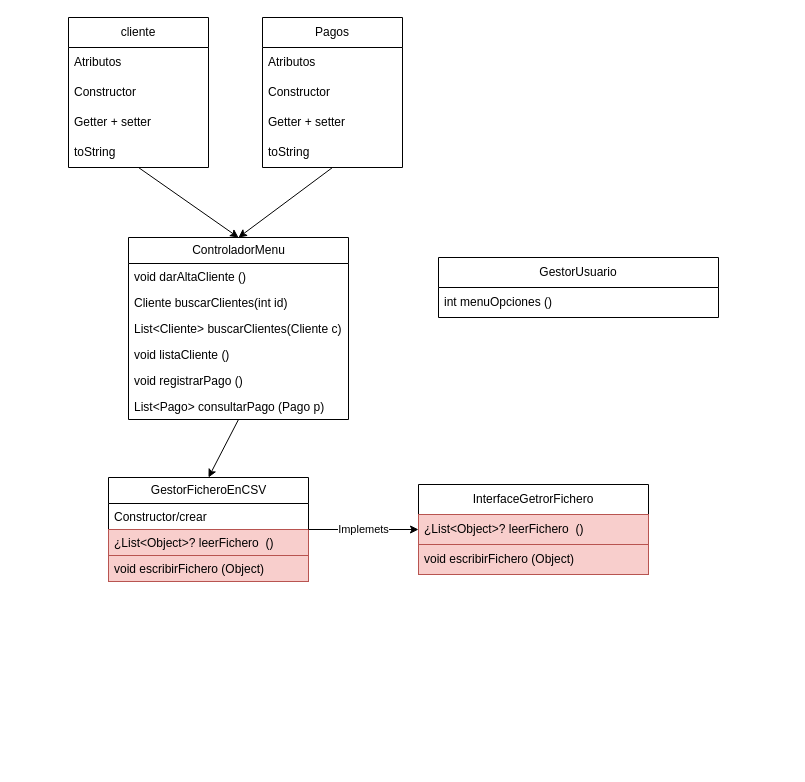
Earlier version of the draw.io diagram DiagramaClaseV2.drawio (Isienov08/AD). Source tidied: cells renumbered, new cells numbered last; positions are measured from the earlier drawing's top-left corner, leaving out a move shared by most shapes. Both pictures are drawn from the tidied source at 100%, with x=0, y=0 at pixel (68, 17).
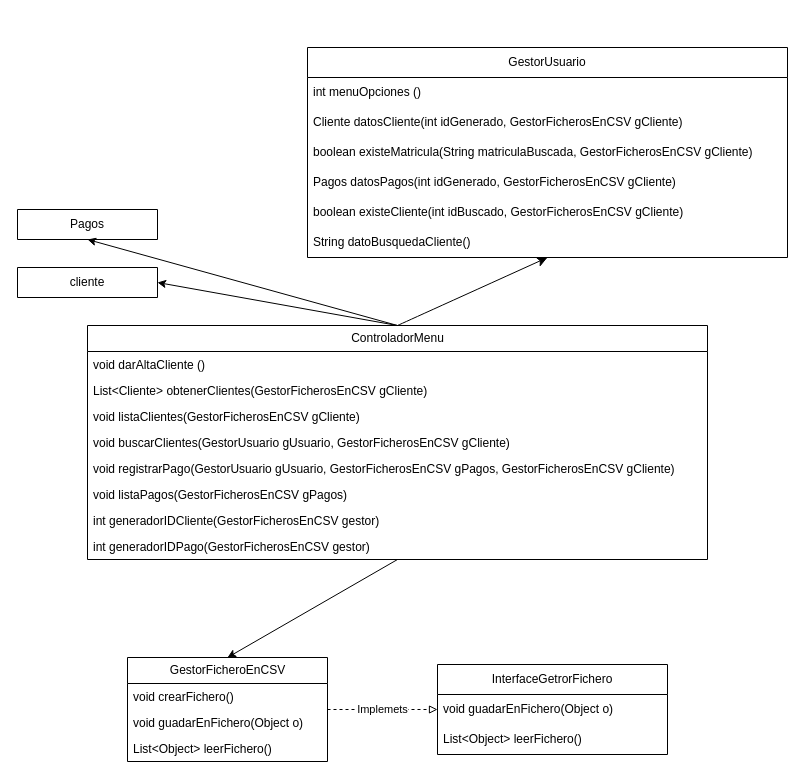
Above is the later version.

Commit message (it also covers changes not shown here):
Añadida la practica de la gasolinera V7 y diagrama V4

The edit, as a diff of the source:
```diff
@@
     <mxCell id="2" value="cliente" style="swimlane;fontStyle=0;horizontal=1;startSize=30;whiteSpace=wrap;html=1;" parent="1" vertex="1">
-      <mxGeometry width="140" height="150" as="geometry" />
+      <mxGeometry x="-51" y="250" width="140" height="30" as="geometry" />
     </mxCell>
-    <mxCell id="3" value="Atributos" style="text;strokeColor=none;fillColor=none;align=left;verticalAlign=middle;spacingLeft=4;spacingRight=4;overflow=hidden;whiteSpace=wrap;html=1;" parent="2" vertex="1">
-      <mxGeometry y="30" width="140" height="30" as="geometry" />
-    </mxCell>
-    <mxCell id="4" value="Constructor" style="text;strokeColor=none;fillColor=none;align=left;verticalAlign=middle;spacingLeft=4;spacingRight=4;overflow=hidden;whiteSpace=wrap;html=1;" parent="2" vertex="1">
-      <mxGeometry y="60" width="140" height="30" as="geometry" />
-    </mxCell>
-    <mxCell id="5" value="Getter + setter" style="text;strokeColor=none;fillColor=none;align=left;verticalAlign=middle;spacingLeft=4;spacingRight=4;overflow=hidden;whiteSpace=wrap;html=1;" parent="2" vertex="1">
-      <mxGeometry y="90" width="140" height="30" as="geometry" />
-    </mxCell>
-    <mxCell id="6" value="toString" style="text;strokeColor=none;fillColor=none;align=left;verticalAlign=middle;spacingLeft=4;spacingRight=4;overflow=hidden;whiteSpace=wrap;html=1;" parent="2" vertex="1">
-      <mxGeometry y="120" width="140" height="30" as="geometry" />
-    </mxCell>
     <mxCell id="7" value="Pagos" style="swimlane;fontStyle=0;horizontal=1;startSize=30;whiteSpace=wrap;html=1;" parent="1" vertex="1">
-      <mxGeometry x="194" width="140" height="150" as="geometry" />
+      <mxGeometry x="-51" y="192" width="140" height="30" as="geometry" />
     </mxCell>
-    <mxCell id="8" value="Atributos" style="text;strokeColor=none;fillColor=none;align=left;verticalAlign=middle;spacingLeft=4;spacingRight=4;overflow=hidden;whiteSpace=wrap;html=1;" parent="7" vertex="1">
-      <mxGeometry y="30" width="140" height="30" as="geometry" />
-    </mxCell>
-    <mxCell id="9" value="Constructor" style="text;strokeColor=none;fillColor=none;align=left;verticalAlign=middle;spacingLeft=4;spacingRight=4;overflow=hidden;whiteSpace=wrap;html=1;" parent="7" vertex="1">
-      <mxGeometry y="60" width="140" height="30" as="geometry" />
-    </mxCell>
-    <mxCell id="10" value="Getter + setter" style="text;strokeColor=none;fillColor=none;align=left;verticalAlign=middle;spacingLeft=4;spacingRight=4;overflow=hidden;whiteSpace=wrap;html=1;" parent="7" vertex="1">
-      <mxGeometry y="90" width="140" height="30" as="geometry" />
-    </mxCell>
-    <mxCell id="11" value="toString" style="text;strokeColor=none;fillColor=none;align=left;verticalAlign=middle;spacingLeft=4;spacingRight=4;overflow=hidden;whiteSpace=wrap;html=1;" parent="7" vertex="1">
-      <mxGeometry y="120" width="140" height="30" as="geometry" />
-    </mxCell>
     <mxCell id="12" value="GestorFicheroEnCSV" style="swimlane;fontStyle=0;horizontal=1;startSize=26;fillColor=none;html=1;" parent="1" vertex="1">
-      <mxGeometry x="40" y="460" width="200" height="104" as="geometry" />
+      <mxGeometry x="59" y="640" width="200" height="104" as="geometry" />
     </mxCell>
-    <mxCell id="13" value="Constructor/crear" style="text;strokeColor=none;fillColor=none;align=left;verticalAlign=top;spacingLeft=4;spacingRight=4;overflow=hidden;whiteSpace=wrap;html=1;" parent="12" vertex="1">
-      <mxGeometry y="26" width="200" height="26" as="geometry" />
-    </mxCell>
-    <mxCell id="14" value="¿List&amp;lt;Object&amp;gt;? leerFichero&amp;nbsp; ()" style="text;strokeColor=#b85450;fillColor=#f8cecc;align=left;verticalAlign=top;spacingLeft=4;spacingRight=4;overflow=hidden;whiteSpace=wrap;html=1;" parent="12" vertex="1">
-      <mxGeometry y="52" width="200" height="26" as="geometry" />
-    </mxCell>
-    <mxCell id="15" value="void escribirFichero (Object)" style="text;strokeColor=#b85450;fillColor=#f8cecc;align=left;verticalAlign=top;spacingLeft=4;spacingRight=4;overflow=hidden;whiteSpace=wrap;html=1;" parent="12" vertex="1">
-      <mxGeometry y="78" width="200" height="26" as="geometry" />
-    </mxCell>
+    <mxCell id="34" value="void crearFichero()" style="text;strokeColor=none;fillColor=none;align=left;verticalAlign=top;spacingLeft=4;spacingRight=4;overflow=hidden;whiteSpace=wrap;html=1;" parent="12" vertex="1">
+      <mxGeometry y="26" width="200" height="26" as="geometry" />
+    </mxCell>
+    <mxCell id="35" value="void guadarEnFichero(Object o)" style="text;align=left;verticalAlign=top;spacingLeft=4;spacingRight=4;overflow=hidden;whiteSpace=wrap;html=1;" parent="12" vertex="1">
+      <mxGeometry y="52" width="200" height="26" as="geometry" />
+    </mxCell>
+    <mxCell id="36" value="List&amp;lt;Object&amp;gt; leerFichero()" style="text;align=left;verticalAlign=top;spacingLeft=4;spacingRight=4;overflow=hidden;whiteSpace=wrap;html=1;" parent="12" vertex="1">
+      <mxGeometry y="78" width="200" height="26" as="geometry" />
+    </mxCell>
+    <mxCell id="37" style="edgeStyle=none;curved=1;rounded=0;jettySize=auto;html=1;fontSize=12;startSize=8;endSize=8;entryX=0.5;entryY=1;entryDx=0;entryDy=0;exitX=0.5;exitY=0;exitDx=0;exitDy=0;" parent="1" edge="1" source="16" target="26">
+      <mxGeometry relative="1" as="geometry" />
+    </mxCell>
     <mxCell id="16" value="ControladorMenu" style="swimlane;fontStyle=0;horizontal=1;startSize=26;fillColor=none;html=1;" parent="1" vertex="1">
-      <mxGeometry x="60" y="220" width="220" height="182" as="geometry" />
+      <mxGeometry x="19" y="308" width="620" height="234" as="geometry" />
     </mxCell>
     <mxCell id="17" value="void darAltaCliente ()" style="text;strokeColor=none;fillColor=none;align=left;verticalAlign=top;spacingLeft=4;spacingRight=4;overflow=hidden;whiteSpace=wrap;html=1;" parent="16" vertex="1">
-      <mxGeometry y="26" width="220" height="26" as="geometry" />
+      <mxGeometry y="26" width="620" height="26" as="geometry" />
     </mxCell>
-    <mxCell id="18" value="Cliente buscarClientes(int id)" style="text;strokeColor=none;fillColor=none;align=left;verticalAlign=top;spacingLeft=4;spacingRight=4;overflow=hidden;whiteSpace=wrap;html=1;" parent="16" vertex="1">
-      <mxGeometry y="52" width="220" height="26" as="geometry" />
-    </mxCell>
-    <mxCell id="19" value="List&amp;lt;Cliente&amp;gt; buscarClientes(Cliente c)" style="text;strokeColor=none;fillColor=none;align=left;verticalAlign=top;spacingLeft=4;spacingRight=4;overflow=hidden;whiteSpace=wrap;html=1;" parent="16" vertex="1">
-      <mxGeometry y="78" width="220" height="26" as="geometry" />
-    </mxCell>
-    <mxCell id="20" value="void listaCliente ()" style="text;strokeColor=none;fillColor=none;align=left;verticalAlign=top;spacingLeft=4;spacingRight=4;overflow=hidden;whiteSpace=wrap;html=1;" parent="16" vertex="1">
-      <mxGeometry y="104" width="220" height="26" as="geometry" />
-    </mxCell>
-    <mxCell id="21" value="void registrarPago ()&lt;div&gt;&lt;br&gt;&lt;/div&gt;" style="text;strokeColor=none;fillColor=none;align=left;verticalAlign=top;spacingLeft=4;spacingRight=4;overflow=hidden;whiteSpace=wrap;html=1;" parent="16" vertex="1">
-      <mxGeometry y="130" width="220" height="26" as="geometry" />
-    </mxCell>
-    <mxCell id="22" value="List&amp;lt;Pago&amp;gt; consultarPago (Pago p)" style="text;strokeColor=none;fillColor=none;align=left;verticalAlign=top;spacingLeft=4;spacingRight=4;overflow=hidden;whiteSpace=wrap;html=1;" parent="16" vertex="1">
-      <mxGeometry y="156" width="220" height="26" as="geometry" />
-    </mxCell>
-    <mxCell id="23" style="endArrow=classic;html=1;rounded=0;exitX=0.5;exitY=1;exitDx=0;exitDy=0;entryX=0.5;entryY=0;entryDx=0;entryDy=0;" parent="1" edge="1" source="7" target="16">
-      <mxGeometry relative="1" as="geometry" />
-    </mxCell>
-    <mxCell id="24" style="endArrow=classic;html=1;rounded=0;exitX=0.5;exitY=1;exitDx=0;exitDy=0;entryX=0.5;entryY=0;entryDx=0;entryDy=0;" parent="1" edge="1" source="2" target="16">
-      <mxGeometry relative="1" as="geometry" />
-    </mxCell>
+    <mxCell id="38" value="List&amp;lt;Cliente&amp;gt; obtenerClientes(GestorFicherosEnCSV gCliente)" style="text;strokeColor=none;fillColor=none;align=left;verticalAlign=top;spacingLeft=4;spacingRight=4;overflow=hidden;whiteSpace=wrap;html=1;" parent="16" vertex="1">
+      <mxGeometry y="52" width="620" height="26" as="geometry" />
+    </mxCell>
+    <mxCell id="39" value="void listaClientes(GestorFicherosEnCSV gCliente)" style="text;strokeColor=none;fillColor=none;align=left;verticalAlign=top;spacingLeft=4;spacingRight=4;overflow=hidden;whiteSpace=wrap;html=1;" parent="16" vertex="1">
+      <mxGeometry y="78" width="620" height="26" as="geometry" />
+    </mxCell>
+    <mxCell id="40" value="void buscarClientes(GestorUsuario gUsuario, GestorFicherosEnCSV gCliente)" style="text;strokeColor=none;fillColor=none;align=left;verticalAlign=top;spacingLeft=4;spacingRight=4;overflow=hidden;whiteSpace=wrap;html=1;" parent="16" vertex="1">
+      <mxGeometry y="104" width="620" height="26" as="geometry" />
+    </mxCell>
+    <mxCell id="41" value="&lt;div&gt;void registrarPago(GestorUsuario gUsuario, GestorFicherosEnCSV gPagos, GestorFicherosEnCSV gCliente)&lt;/div&gt;" style="text;strokeColor=none;fillColor=none;align=left;verticalAlign=top;spacingLeft=4;spacingRight=4;overflow=hidden;whiteSpace=wrap;html=1;" parent="16" vertex="1">
+      <mxGeometry y="130" width="620" height="26" as="geometry" />
+    </mxCell>
+    <mxCell id="42" value="void listaPagos(GestorFicherosEnCSV gPagos)" style="text;strokeColor=none;fillColor=none;align=left;verticalAlign=top;spacingLeft=4;spacingRight=4;overflow=hidden;whiteSpace=wrap;html=1;" parent="16" vertex="1">
+      <mxGeometry y="156" width="620" height="26" as="geometry" />
+    </mxCell>
+    <mxCell id="43" value="int generadorIDCliente(GestorFicherosEnCSV gestor)" style="text;strokeColor=none;fillColor=none;align=left;verticalAlign=top;spacingLeft=4;spacingRight=4;overflow=hidden;whiteSpace=wrap;html=1;" parent="16" vertex="1">
+      <mxGeometry y="182" width="620" height="26" as="geometry" />
+    </mxCell>
+    <mxCell id="44" value="int generadorIDPago(GestorFicherosEnCSV gestor)" style="text;strokeColor=none;fillColor=none;align=left;verticalAlign=top;spacingLeft=4;spacingRight=4;overflow=hidden;whiteSpace=wrap;html=1;" parent="16" vertex="1">
+      <mxGeometry y="208" width="620" height="26" as="geometry" />
+    </mxCell>
+    <mxCell id="45" style="endArrow=classic;html=1;rounded=0;exitX=0.5;exitY=0;exitDx=0;exitDy=0;entryX=0.5;entryY=1;entryDx=0;entryDy=0;" parent="1" edge="1" source="16" target="7">
+      <mxGeometry relative="1" as="geometry" />
+    </mxCell>
+    <mxCell id="46" style="endArrow=classic;html=1;rounded=0;entryX=1;entryY=0.5;entryDx=0;entryDy=0;exitX=0.5;exitY=0;exitDx=0;exitDy=0;" parent="1" edge="1" source="16" target="2">
+      <mxGeometry relative="1" as="geometry" />
+    </mxCell>
@@
     <mxCell id="26" value="GestorUsuario" style="swimlane;fontStyle=0;horizontal=1;startSize=30;whiteSpace=wrap;html=1;" parent="1" vertex="1">
-      <mxGeometry x="370" y="240" width="280" height="60" as="geometry" />
+      <mxGeometry x="239" y="30" width="480" height="210" as="geometry" />
     </mxCell>
     <mxCell id="27" value="int menuOpciones ()" style="text;strokeColor=none;fillColor=none;align=left;verticalAlign=middle;spacingLeft=4;spacingRight=4;overflow=hidden;whiteSpace=wrap;html=1;" parent="26" vertex="1">
-      <mxGeometry y="30" width="280" height="30" as="geometry" />
+      <mxGeometry y="30" width="480" height="30" as="geometry" />
     </mxCell>
+    <mxCell id="47" value="Cliente datosCliente(int idGenerado, GestorFicherosEnCSV gCliente)" style="text;strokeColor=none;fillColor=none;align=left;verticalAlign=middle;spacingLeft=4;spacingRight=4;overflow=hidden;whiteSpace=wrap;html=1;" parent="26" vertex="1">
+      <mxGeometry y="60" width="480" height="30" as="geometry" />
+    </mxCell>
+    <mxCell id="48" value="boolean existeMatricula(String matriculaBuscada, GestorFicherosEnCSV gCliente)" style="text;strokeColor=none;fillColor=none;align=left;verticalAlign=middle;spacingLeft=4;spacingRight=4;overflow=hidden;whiteSpace=wrap;html=1;" parent="26" vertex="1">
+      <mxGeometry y="90" width="480" height="30" as="geometry" />
+    </mxCell>
+    <mxCell id="49" value="Pagos datosPagos(int idGenerado, GestorFicherosEnCSV gCliente)" style="text;strokeColor=none;fillColor=none;align=left;verticalAlign=middle;spacingLeft=4;spacingRight=4;overflow=hidden;whiteSpace=wrap;html=1;" parent="26" vertex="1">
+      <mxGeometry y="120" width="480" height="30" as="geometry" />
+    </mxCell>
+    <mxCell id="50" value="boolean existeCliente(int idBuscado, GestorFicherosEnCSV gCliente)" style="text;strokeColor=none;fillColor=none;align=left;verticalAlign=middle;spacingLeft=4;spacingRight=4;overflow=hidden;whiteSpace=wrap;html=1;" parent="26" vertex="1">
+      <mxGeometry y="150" width="480" height="30" as="geometry" />
+    </mxCell>
+    <mxCell id="51" value="String datoBusquedaCliente()" style="text;strokeColor=none;fillColor=none;align=left;verticalAlign=middle;spacingLeft=4;spacingRight=4;overflow=hidden;whiteSpace=wrap;html=1;" parent="26" vertex="1">
+      <mxGeometry y="180" width="480" height="30" as="geometry" />
+    </mxCell>
     <mxCell id="28" value="InterfaceGetrorFichero" style="swimlane;fontStyle=0;horizontal=1;startSize=30;whiteSpace=wrap;html=1;" parent="1" vertex="1">
-      <mxGeometry x="350" y="467" width="230" height="90" as="geometry" />
+      <mxGeometry x="369" y="647" width="230" height="90" as="geometry" />
     </mxCell>
-    <mxCell id="29" value="¿List&amp;lt;Object&amp;gt;? leerFichero&amp;nbsp; ()" style="text;strokeColor=#b85450;fillColor=#f8cecc;align=left;verticalAlign=middle;spacingLeft=4;spacingRight=4;overflow=hidden;whiteSpace=wrap;html=1;" parent="28" vertex="1">
-      <mxGeometry y="30" width="230" height="30" as="geometry" />
-    </mxCell>
-    <mxCell id="30" value="void escribirFichero (Object)" style="text;strokeColor=#b85450;fillColor=#f8cecc;align=left;verticalAlign=middle;spacingLeft=4;spacingRight=4;overflow=hidden;whiteSpace=wrap;html=1;" parent="28" vertex="1">
-      <mxGeometry y="60" width="230" height="30" as="geometry" />
-    </mxCell>
+    <mxCell id="52" value="void guadarEnFichero(Object o)" style="text;align=left;verticalAlign=middle;spacingLeft=4;spacingRight=4;overflow=hidden;whiteSpace=wrap;html=1;" parent="28" vertex="1">
+      <mxGeometry y="30" width="230" height="30" as="geometry" />
+    </mxCell>
+    <mxCell id="53" value="List&amp;lt;Object&amp;gt; leerFichero()" style="text;align=left;verticalAlign=middle;spacingLeft=4;spacingRight=4;overflow=hidden;whiteSpace=wrap;html=1;" parent="28" vertex="1">
+      <mxGeometry y="60" width="230" height="30" as="geometry" />
+    </mxCell>
-    <mxCell id="31" style="endArrow=classic;html=1;rounded=0;entryX=0;entryY=0.5;entryDx=0;entryDy=0;exitX=1;exitY=0.5;exitDx=0;exitDy=0;" parent="1" edge="1" source="12" target="28">
+    <mxCell id="31" style="endArrow=block;html=1;rounded=0;exitX=1;exitY=0.5;exitDx=0;exitDy=0;endFill=0;dashed=1;entryX=0;entryY=0.5;entryDx=0;entryDy=0;" parent="1" edge="1" source="12" target="28">
       <mxGeometry relative="1" as="geometry" />
     </mxCell>
```
